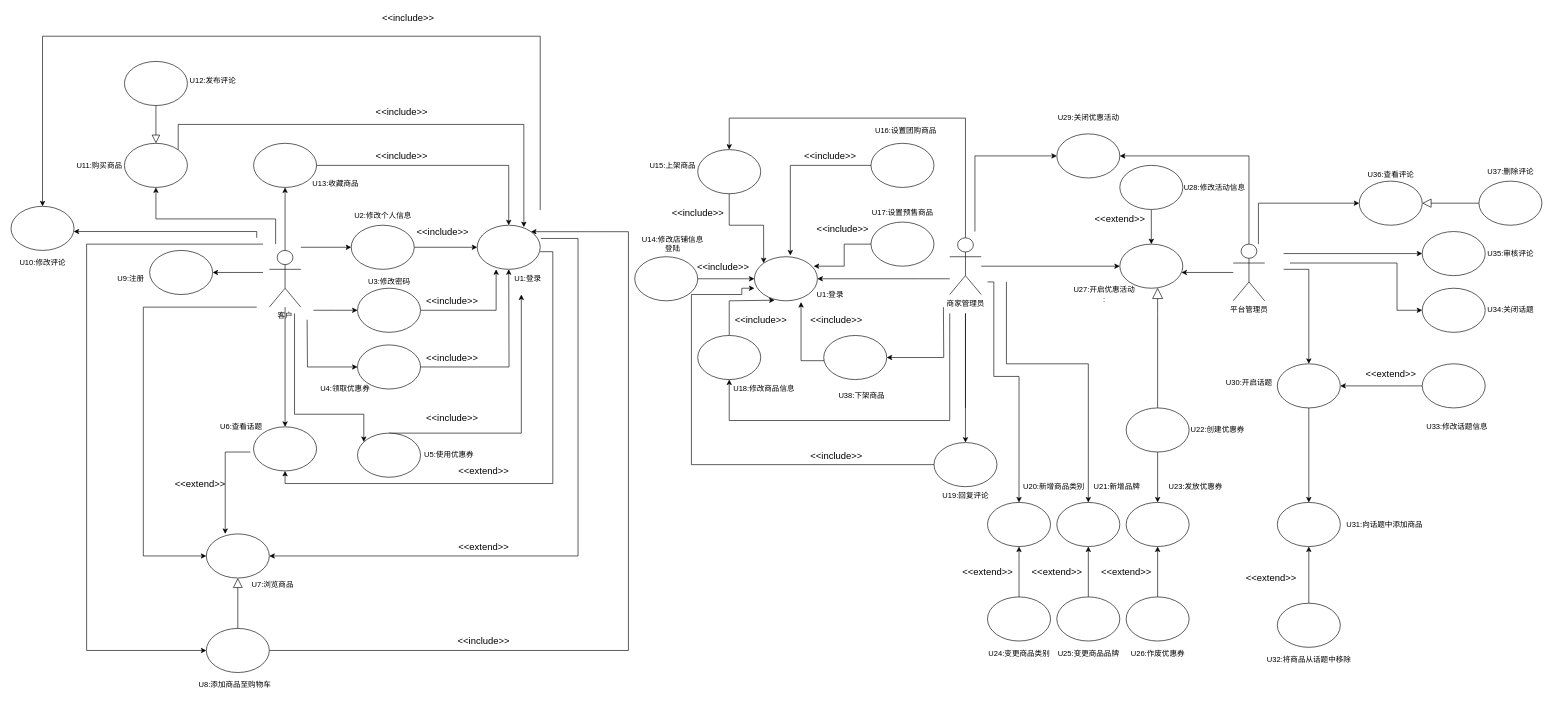
app1echip/grams keeps this draw.io diagram as 软工导论小组作业/需求建模之用例模型（商品模块）.drawio. Above is the earlier version. Source tidied: cells renumbered, new cells numbered last; positions are measured from the earlier drawing's top-left corner, leaving out a move shared by most shapes. Both pictures are drawn from the tidied source at 63%, with x=0, y=0 at pixel (11, 11).
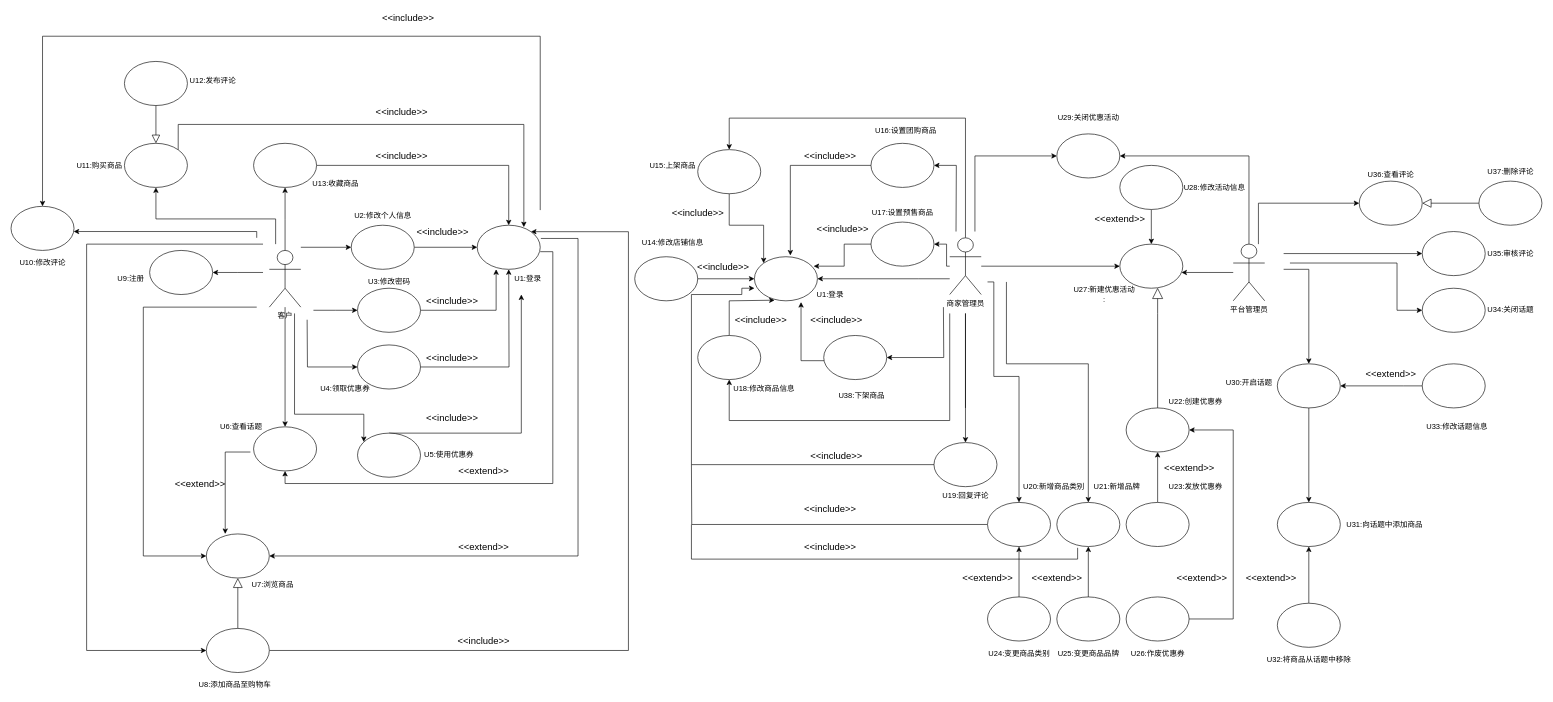
The same diagram, later.

Commit message:
Update 需求建模之用例模型（商品模块）.drawio

The change refers to these unchanged cells:
```xml
<mxCell id="5" value="商家管理员" style="shape=umlActor;verticalLabelPosition=bottom;verticalAlign=top;html=1;outlineConnect=0;" parent="1" vertex="1">
  <mxGeometry x="1490" y="360" width="50" height="90" as="geometry" />
</mxCell>
<mxCell id="52" style="ellipse;whiteSpace=wrap;html=1;" parent="1" vertex="1">
  <mxGeometry x="1770" y="630" width="100" height="70" as="geometry" />
</mxCell>
<mxCell id="53" style="ellipse;whiteSpace=wrap;html=1;" parent="1" vertex="1">
  <mxGeometry x="1770" y="780" width="100" height="70" as="geometry" />
</mxCell>
<mxCell id="63" style="ellipse;whiteSpace=wrap;html=1;" parent="1" vertex="1">
  <mxGeometry x="1550" y="780" width="100" height="70" as="geometry" />
</mxCell>
<mxCell id="89" style="ellipse;whiteSpace=wrap;html=1;" parent="1" vertex="1">
  <mxGeometry x="1770" y="930" width="100" height="70" as="geometry" />
</mxCell>
<mxCell id="90" style="ellipse;whiteSpace=wrap;html=1;" parent="1" vertex="1">
  <mxGeometry x="1365" y="335" width="100" height="70" as="geometry" />
</mxCell>
<mxCell id="92" style="ellipse;whiteSpace=wrap;html=1;" parent="1" vertex="1">
  <mxGeometry x="1365" y="210" width="100" height="70" as="geometry" />
</mxCell>
```

Diff of the diagram source:
```diff
@@
-    <mxCell id="51" style="edgeStyle=orthogonalEdgeStyle;rounded=0;jettySize=auto;html=1;startArrow=none;startFill=0;endArrow=classic;endFill=1;" parent="1" edge="1" source="52" target="53">
+    <mxCell id="51" style="edgeStyle=orthogonalEdgeStyle;rounded=0;jettySize=auto;html=1;startArrow=classic;startFill=1;endArrow=none;endFill=0;" parent="1" edge="1" source="52" target="53">
       <mxGeometry relative="1" as="geometry" />
     </mxCell>
+    <mxCell id="163" style="edgeStyle=orthogonalEdgeStyle;rounded=0;jettySize=auto;html=1;entryX=1;entryY=0.5;entryDx=0;entryDy=0;startArrow=classic;startFill=1;startSize=6;sourcePerimeterSpacing=0;endArrow=none;endFill=0;endSize=12;targetPerimeterSpacing=0;strokeWidth=1;" parent="1" edge="1" source="52" target="89">
+      <mxGeometry relative="1" as="geometry">
+        <Array as="points">
+          <mxPoint x="1940" y="665" />
+          <mxPoint x="1940" y="965" />
+        </Array>
+      </mxGeometry>
+    </mxCell>
@@
+    <mxCell id="164" style="edgeStyle=orthogonalEdgeStyle;rounded=0;jettySize=auto;html=1;startArrow=none;startFill=0;startSize=6;sourcePerimeterSpacing=0;endArrow=none;endFill=0;endSize=12;targetPerimeterSpacing=0;strokeWidth=1;" parent="1" edge="1" source="63">
+      <mxGeometry relative="1" as="geometry">
+        <mxPoint x="1080" y="720" as="targetPoint" />
+      </mxGeometry>
+    </mxCell>
@@
-    <mxCell id="67" style="ellipse;whiteSpace=wrap;html=1;" parent="1" vertex="1">
-      <mxGeometry x="1660" y="780" width="100" height="70" as="geometry" />
-    </mxCell>
+    <mxCell id="165" style="edgeStyle=orthogonalEdgeStyle;rounded=0;jettySize=auto;html=1;startArrow=none;startFill=0;startSize=6;sourcePerimeterSpacing=0;endArrow=none;endFill=0;endSize=12;targetPerimeterSpacing=0;strokeWidth=1;exitX=0.33;exitY=1.029;exitDx=0;exitDy=0;exitPerimeter=0;" parent="1" edge="1" source="67">
+      <mxGeometry relative="1" as="geometry">
+        <mxPoint x="1080" y="815" as="targetPoint" />
+        <Array as="points">
+          <mxPoint x="1693" y="870" />
+          <mxPoint x="1080" y="870" />
+        </Array>
+      </mxGeometry>
+    </mxCell>
@@
-    <mxCell id="88" style="edgeStyle=orthogonalEdgeStyle;rounded=0;jettySize=auto;html=1;entryX=0.5;entryY=1;entryDx=0;entryDy=0;startArrow=none;startFill=0;endArrow=classic;endFill=1;" parent="1" edge="1" source="89" target="53">
-      <mxGeometry relative="1" as="geometry" />
-    </mxCell>
@@
+    <mxCell id="166" style="edgeStyle=orthogonalEdgeStyle;rounded=0;jettySize=auto;html=1;startArrow=classic;startFill=1;startSize=6;sourcePerimeterSpacing=0;endArrow=none;endFill=0;endSize=12;targetPerimeterSpacing=0;strokeWidth=1;" parent="1" edge="1" source="90" target="5">
+      <mxGeometry relative="1" as="geometry" />
+    </mxCell>
@@
+    <mxCell id="167" style="edgeStyle=orthogonalEdgeStyle;rounded=0;jettySize=auto;html=1;startArrow=classic;startFill=1;startSize=6;sourcePerimeterSpacing=0;endArrow=none;endFill=0;endSize=12;targetPerimeterSpacing=0;strokeWidth=1;" parent="1" edge="1" source="92">
+      <mxGeometry relative="1" as="geometry">
+        <mxPoint x="1500" y="350" as="targetPoint" />
+      </mxGeometry>
+    </mxCell>
@@
     <mxCell id="111" value="&lt;font style=&quot;font-size: 15px&quot;&gt;&amp;lt;&amp;lt;extend&amp;gt;&amp;gt;&lt;/font&gt;" style="text;html=1;align=center;verticalAlign=middle;" parent="1" vertex="1">
-      <mxGeometry x="1720" y="880" width="100" height="20" as="geometry" />
+      <mxGeometry x="1840" y="890" width="100" height="20" as="geometry" />
     </mxCell>
     <mxCell id="112" value="&lt;font style=&quot;font-size: 15px&quot;&gt;&amp;lt;&amp;lt;extend&amp;gt;&amp;gt;&lt;/font&gt;" style="text;html=1;align=center;verticalAlign=middle;" parent="1" vertex="1">
-      <mxGeometry x="1500" y="880" width="100" height="20" as="geometry" />
+      <mxGeometry x="1500" y="890" width="100" height="20" as="geometry" />
     </mxCell>
     <mxCell id="113" value="&lt;font style=&quot;font-size: 15px&quot;&gt;&amp;lt;&amp;lt;extend&amp;gt;&amp;gt;&lt;/font&gt;" style="text;html=1;align=center;verticalAlign=middle;" parent="1" vertex="1">
-      <mxGeometry x="1610" y="880" width="100" height="20" as="geometry" />
+      <mxGeometry x="1610" y="890" width="100" height="20" as="geometry" />
     </mxCell>
@@
-    <mxCell id="136" value="&lt;span&gt;U14:&lt;/span&gt;&lt;span&gt;修改店铺信息&lt;/span&gt;&lt;span&gt;&lt;br&gt;登陆&lt;/span&gt;" style="text;html=1;align=center;verticalAlign=middle;" parent="1" vertex="1">
-      <mxGeometry x="995" y="355" width="110" height="30" as="geometry" />
+    <mxCell id="136" value="&lt;span&gt;U14:&lt;/span&gt;&lt;span&gt;修改店铺信息&lt;/span&gt;&lt;span&gt;&lt;br&gt;&lt;br&gt;&lt;/span&gt;" style="text;html=1;align=center;verticalAlign=middle;" parent="1" vertex="1">
+      <mxGeometry x="995" y="360" width="110" height="30" as="geometry" />
     </mxCell>
@@
     <mxCell id="150" value="&lt;span&gt;U22:&lt;/span&gt;&lt;span&gt;创建优惠券&lt;/span&gt;" style="text;html=1;align=center;verticalAlign=middle;" parent="1" vertex="1">
-      <mxGeometry x="1865" y="655" width="100" height="20" as="geometry" />
+      <mxGeometry x="1830" y="610" width="100" height="20" as="geometry" />
     </mxCell>
-    <mxCell id="151" value="&lt;span&gt;U27:&lt;/span&gt;&lt;span&gt;开启优惠活动&lt;/span&gt;&lt;span&gt;&lt;br&gt;:&lt;/span&gt;" style="text;html=1;align=center;verticalAlign=middle;" parent="1" vertex="1">
+    <mxCell id="151" value="&lt;span&gt;U27:新建&lt;/span&gt;&lt;span&gt;优惠活动&lt;/span&gt;&lt;span&gt;&lt;br&gt;:&lt;/span&gt;" style="text;html=1;align=center;verticalAlign=middle;" parent="1" vertex="1">
       <mxGeometry x="1680" y="435" width="110" height="30" as="geometry" />
     </mxCell>
@@
+    <mxCell id="67" style="ellipse;whiteSpace=wrap;html=1;" parent="1" vertex="1">
+      <mxGeometry x="1660" y="780" width="100" height="70" as="geometry" />
+    </mxCell>
+    <mxCell id="168" value="&lt;font style=&quot;font-size: 15px&quot;&gt;&amp;lt;&amp;lt;include&amp;gt;&amp;gt;&lt;/font&gt;" style="text;html=1;align=center;verticalAlign=middle;" parent="1" vertex="1">
+      <mxGeometry x="1250" y="780" width="100" height="20" as="geometry" />
+    </mxCell>
+    <mxCell id="169" value="&lt;font style=&quot;font-size: 15px&quot;&gt;&amp;lt;&amp;lt;include&amp;gt;&amp;gt;&lt;/font&gt;" style="text;html=1;align=center;verticalAlign=middle;" parent="1" vertex="1">
+      <mxGeometry x="1250" y="840" width="100" height="20" as="geometry" />
+    </mxCell>
+    <mxCell id="170" value="&lt;font style=&quot;font-size: 15px&quot;&gt;&amp;lt;&amp;lt;extend&amp;gt;&amp;gt;&lt;/font&gt;" style="text;html=1;align=center;verticalAlign=middle;" parent="1" vertex="1">
+      <mxGeometry x="1820" y="715" width="100" height="20" as="geometry" />
+    </mxCell>
```
